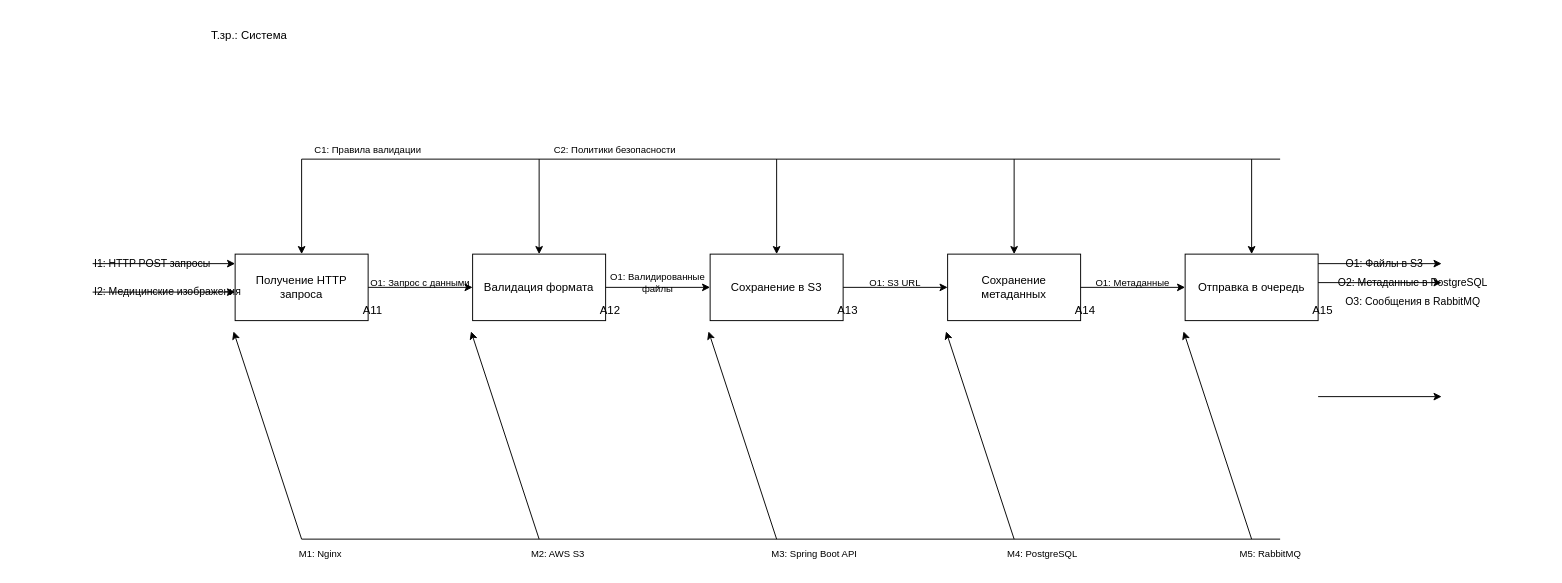
Earlier version of the draw.io diagram diagrams-codes/IDEF0_A1_DECOMPOSITION.drawio (Edisheri/system-engineering-playbook). Source tidied: cells renumbered, new cells numbered last; positions are measured from the earlier drawing's top-left corner, leaving out a move shared by most shapes. Both pictures are drawn from the tidied source at 95%, with x=0, y=0 at pixel (92, 16).
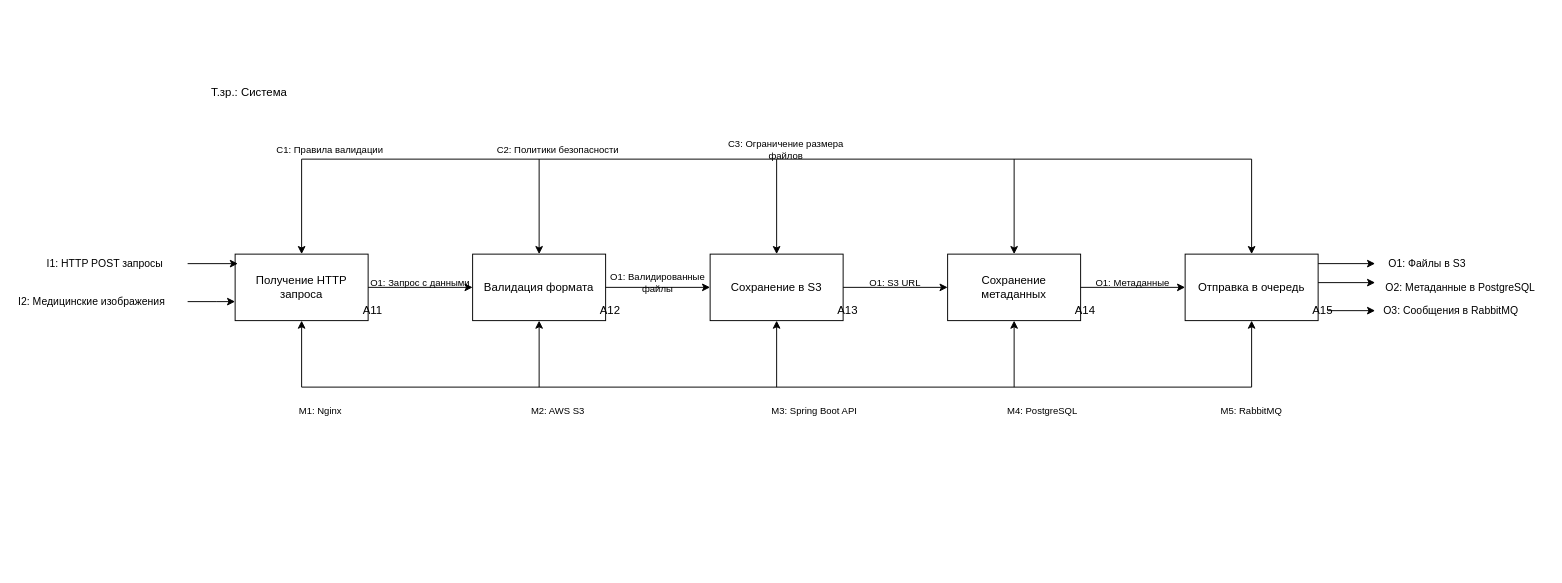
The same diagram, later.

Unchanged cells that the change refers to:
```xml
<mxCell id="2" value="Получение HTTP запроса" style="rounded=0;whiteSpace=wrap;html=1;" parent="1" vertex="1">
  <mxGeometry x="150" y="250" width="140" height="70" as="geometry" />
</mxCell>
<mxCell id="4" value="Валидация формата" style="rounded=0;whiteSpace=wrap;html=1;" parent="1" vertex="1">
  <mxGeometry x="400" y="250" width="140" height="70" as="geometry" />
</mxCell>
<mxCell id="6" value="Сохранение в S3" style="rounded=0;whiteSpace=wrap;html=1;" parent="1" vertex="1">
  <mxGeometry x="650" y="250" width="140" height="70" as="geometry" />
</mxCell>
<mxCell id="8" value="Сохранение метаданных" style="rounded=0;whiteSpace=wrap;html=1;" parent="1" vertex="1">
  <mxGeometry x="900" y="250" width="140" height="70" as="geometry" />
</mxCell>
<mxCell id="10" value="Отправка в очередь" style="rounded=0;whiteSpace=wrap;html=1;" parent="1" vertex="1">
  <mxGeometry x="1150" y="250" width="140" height="70" as="geometry" />
</mxCell>
```

Change to the diagram source:
```diff
@@
-    <mxCell id="12" style="endArrow=classic;html=1;rounded=0;" parent="1" edge="1">
-      <mxGeometry relative="1" as="geometry">
-        <mxPoint y="260" as="sourcePoint" />
-        <mxPoint x="150" y="260" as="targetPoint" />
-      </mxGeometry>
-    </mxCell>
     <mxCell id="13" value="I1: HTTP POST запросы" style="text;html=1;align=left;verticalAlign=middle;whiteSpace=wrap;rounded=0;fontSize=11;" parent="1" vertex="1">
-      <mxGeometry y="240" width="150" height="40" as="geometry" />
+      <mxGeometry x="-50" y="240" width="150" height="40" as="geometry" />
     </mxCell>
-    <mxCell id="14" style="endArrow=classic;html=1;rounded=0;" parent="1" edge="1">
-      <mxGeometry relative="1" as="geometry">
-        <mxPoint y="290" as="sourcePoint" />
-        <mxPoint x="150" y="290" as="targetPoint" />
-      </mxGeometry>
-    </mxCell>
+    <mxCell id="50" style="edgeStyle=orthogonalEdgeStyle;rounded=0;jettySize=auto;html=1;" parent="1" edge="1" source="15" target="2">
+      <mxGeometry relative="1" as="geometry">
+        <Array as="points">
+          <mxPoint x="130" y="300" />
+          <mxPoint x="130" y="300" />
+        </Array>
+      </mxGeometry>
+    </mxCell>
     <mxCell id="15" value="I2: Медицинские изображения" style="text;html=1;align=left;verticalAlign=middle;whiteSpace=wrap;rounded=0;fontSize=11;" parent="1" vertex="1">
-      <mxGeometry y="270" width="180" height="40" as="geometry" />
+      <mxGeometry x="-80" y="280" width="180" height="40" as="geometry" />
     </mxCell>
@@
     <mxCell id="24" style="endArrow=classic;html=1;rounded=0;" parent="1" edge="1">
       <mxGeometry relative="1" as="geometry">
         <mxPoint x="1290" y="260" as="sourcePoint" />
-        <mxPoint x="1420" y="260" as="targetPoint" />
+        <mxPoint x="1350" y="260" as="targetPoint" />
       </mxGeometry>
     </mxCell>
     <mxCell id="25" value="O1: Файлы в S3" style="text;html=1;align=center;verticalAlign=middle;whiteSpace=wrap;rounded=0;fontSize=11;" parent="1" vertex="1">
-      <mxGeometry x="1300" y="240" width="120" height="40" as="geometry" />
+      <mxGeometry x="1350" y="240" width="110" height="40" as="geometry" />
     </mxCell>
     <mxCell id="26" style="endArrow=classic;html=1;rounded=0;" parent="1" edge="1">
       <mxGeometry relative="1" as="geometry">
         <mxPoint x="1290" y="280" as="sourcePoint" />
-        <mxPoint x="1420" y="280" as="targetPoint" />
+        <mxPoint x="1350" y="280" as="targetPoint" />
       </mxGeometry>
     </mxCell>
     <mxCell id="27" value="O2: Метаданные в PostgreSQL" style="text;html=1;align=center;verticalAlign=middle;whiteSpace=wrap;rounded=0;fontSize=11;" parent="1" vertex="1">
-      <mxGeometry x="1300" y="260" width="180" height="40" as="geometry" />
+      <mxGeometry x="1350" y="265" width="180" height="40" as="geometry" />
     </mxCell>
     <mxCell id="28" style="endArrow=classic;html=1;rounded=0;" parent="1" edge="1">
       <mxGeometry relative="1" as="geometry">
-        <mxPoint x="1290" y="400" as="sourcePoint" />
-        <mxPoint x="1420" y="400" as="targetPoint" />
+        <mxPoint x="1300" y="309.5" as="sourcePoint" />
+        <mxPoint x="1350" y="309.5" as="targetPoint" />
       </mxGeometry>
     </mxCell>
     <mxCell id="29" value="O3: Сообщения в RabbitMQ" style="text;html=1;align=center;verticalAlign=middle;whiteSpace=wrap;rounded=0;fontSize=11;" parent="1" vertex="1">
-      <mxGeometry x="1300" y="280" width="180" height="40" as="geometry" />
+      <mxGeometry x="1340" y="290" width="180" height="40" as="geometry" />
     </mxCell>
     <mxCell id="30" style="endArrow=none;html=1;rounded=0;" parent="1" edge="1">
       <mxGeometry relative="1" as="geometry">
         <mxPoint x="220" y="150" as="sourcePoint" />
-        <mxPoint x="1250" y="150" as="targetPoint" />
+        <mxPoint x="1220" y="150" as="targetPoint" />
       </mxGeometry>
     </mxCell>
@@
     <mxCell id="36" value="C1: Правила валидации" style="text;html=1;align=center;verticalAlign=middle;whiteSpace=wrap;rounded=0;fontSize=10;" parent="1" vertex="1">
-      <mxGeometry x="220" y="120" width="140" height="40" as="geometry" />
+      <mxGeometry x="180" y="120" width="140" height="40" as="geometry" />
     </mxCell>
     <mxCell id="37" value="C2: Политики безопасности" style="text;html=1;align=center;verticalAlign=middle;whiteSpace=wrap;rounded=0;fontSize=10;" parent="1" vertex="1">
-      <mxGeometry x="470" y="120" width="160" height="40" as="geometry" />
+      <mxGeometry x="410" y="120" width="160" height="40" as="geometry" />
     </mxCell>
     <mxCell id="38" style="endArrow=none;html=1;rounded=0;" parent="1" edge="1">
       <mxGeometry relative="1" as="geometry">
-        <mxPoint x="220" y="550" as="sourcePoint" />
-        <mxPoint x="1250" y="550" as="targetPoint" />
+        <mxPoint x="220" y="390" as="sourcePoint" />
+        <mxPoint x="1220" y="390" as="targetPoint" />
       </mxGeometry>
     </mxCell>
-    <mxCell id="39" style="endArrow=classic;html=1;rounded=0;entryX=-0.012;entryY=1.162;entryDx=0;entryDy=0;entryPerimeter=0;" parent="1" edge="1" target="2">
+    <mxCell id="39" style="endArrow=classic;html=1;rounded=0;entryX=0.5;entryY=1;entryDx=0;entryDy=0;" parent="1" edge="1" target="2">
       <mxGeometry relative="1" as="geometry">
-        <mxPoint x="220" y="550" as="sourcePoint" />
+        <mxPoint x="220" y="390" as="sourcePoint" />
       </mxGeometry>
     </mxCell>
-    <mxCell id="40" style="endArrow=classic;html=1;rounded=0;entryX=-0.012;entryY=1.162;entryDx=0;entryDy=0;entryPerimeter=0;" parent="1" edge="1" target="4">
+    <mxCell id="40" style="endArrow=classic;html=1;rounded=0;entryX=0.5;entryY=1;entryDx=0;entryDy=0;" parent="1" edge="1" target="4">
       <mxGeometry relative="1" as="geometry">
-        <mxPoint x="470" y="550" as="sourcePoint" />
+        <mxPoint x="470" y="390" as="sourcePoint" />
       </mxGeometry>
     </mxCell>
-    <mxCell id="41" style="endArrow=classic;html=1;rounded=0;entryX=-0.012;entryY=1.162;entryDx=0;entryDy=0;entryPerimeter=0;" parent="1" edge="1" target="6">
+    <mxCell id="41" style="endArrow=classic;html=1;rounded=0;entryX=0.5;entryY=1;entryDx=0;entryDy=0;" parent="1" edge="1" target="6">
       <mxGeometry relative="1" as="geometry">
-        <mxPoint x="720" y="550" as="sourcePoint" />
+        <mxPoint x="720" y="390" as="sourcePoint" />
       </mxGeometry>
     </mxCell>
-    <mxCell id="42" style="endArrow=classic;html=1;rounded=0;entryX=-0.012;entryY=1.162;entryDx=0;entryDy=0;entryPerimeter=0;" parent="1" edge="1" target="8">
+    <mxCell id="42" style="endArrow=classic;html=1;rounded=0;entryX=0.5;entryY=1;entryDx=0;entryDy=0;" parent="1" edge="1" target="8">
       <mxGeometry relative="1" as="geometry">
-        <mxPoint x="970" y="550" as="sourcePoint" />
+        <mxPoint x="970" y="390" as="sourcePoint" />
       </mxGeometry>
     </mxCell>
-    <mxCell id="43" style="endArrow=classic;html=1;rounded=0;entryX=-0.012;entryY=1.162;entryDx=0;entryDy=0;entryPerimeter=0;" parent="1" edge="1" target="10">
+    <mxCell id="43" style="endArrow=classic;html=1;rounded=0;entryX=0.5;entryY=1;entryDx=0;entryDy=0;" parent="1" edge="1" target="10">
       <mxGeometry relative="1" as="geometry">
-        <mxPoint x="1220" y="550" as="sourcePoint" />
+        <mxPoint x="1220" y="390" as="sourcePoint" />
       </mxGeometry>
     </mxCell>
+    <mxCell id="49" value="Т.зр.: Система" style="text;html=1;align=center;verticalAlign=middle;whiteSpace=wrap;rounded=0;" parent="1" vertex="1">
+      <mxGeometry x="100" y="60" width="130" height="40" as="geometry" />
+    </mxCell>
+    <mxCell id="51" style="edgeStyle=orthogonalEdgeStyle;rounded=0;jettySize=auto;html=1;entryX=0.021;entryY=0.143;entryDx=0;entryDy=0;entryPerimeter=0;" parent="1" edge="1" source="13" target="2">
+      <mxGeometry relative="1" as="geometry" />
+    </mxCell>
     <mxCell id="44" value="M1: Nginx" style="text;html=1;align=center;verticalAlign=middle;whiteSpace=wrap;rounded=0;fontSize=10;" parent="1" vertex="1">
-      <mxGeometry x="190" y="550" width="100" height="30" as="geometry" />
+      <mxGeometry x="190" y="400" width="100" height="30" as="geometry" />
     </mxCell>
     <mxCell id="45" value="M2: AWS S3" style="text;html=1;align=center;verticalAlign=middle;whiteSpace=wrap;rounded=0;fontSize=10;" parent="1" vertex="1">
-      <mxGeometry x="440" y="550" width="100" height="30" as="geometry" />
+      <mxGeometry x="440" y="400" width="100" height="30" as="geometry" />
     </mxCell>
     <mxCell id="46" value="M3: Spring Boot API" style="text;html=1;align=center;verticalAlign=middle;whiteSpace=wrap;rounded=0;fontSize=10;" parent="1" vertex="1">
-      <mxGeometry x="690" y="550" width="140" height="30" as="geometry" />
+      <mxGeometry x="690" y="400" width="140" height="30" as="geometry" />
     </mxCell>
     <mxCell id="47" value="M4: PostgreSQL" style="text;html=1;align=center;verticalAlign=middle;whiteSpace=wrap;rounded=0;fontSize=10;" parent="1" vertex="1">
-      <mxGeometry x="940" y="550" width="120" height="30" as="geometry" />
+      <mxGeometry x="940" y="400" width="120" height="30" as="geometry" />
     </mxCell>
     <mxCell id="48" value="M5: RabbitMQ" style="text;html=1;align=center;verticalAlign=middle;whiteSpace=wrap;rounded=0;fontSize=10;" parent="1" vertex="1">
-      <mxGeometry x="1190" y="550" width="100" height="30" as="geometry" />
+      <mxGeometry x="1170" y="400" width="100" height="30" as="geometry" />
     </mxCell>
-    <mxCell id="49" value="Т.зр.: Система" style="text;html=1;align=center;verticalAlign=middle;whiteSpace=wrap;rounded=0;" parent="1" vertex="1">
-      <mxGeometry x="100" width="130" height="40" as="geometry" />
-    </mxCell>
+    <mxCell id="52" value="C3: Ограничение размера файлов" style="text;html=1;align=center;verticalAlign=middle;whiteSpace=wrap;rounded=0;fontSize=10;" parent="1" vertex="1">
+      <mxGeometry x="650" y="120" width="160" height="40" as="geometry" />
+    </mxCell>
```
